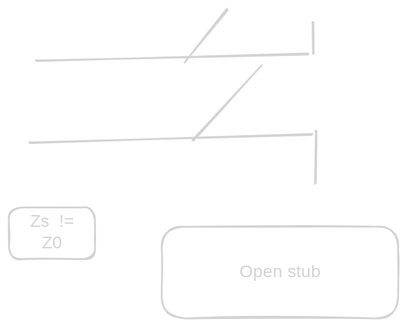
Above: rf and microwave.excalidraw.svg in waraunika/Note-7thsem (Excalidraw), before the change. Source tidied: one line per element, renumbered; positions are measured from the earlier drawing's top-left corner, leaving out a move shared by most shapes.
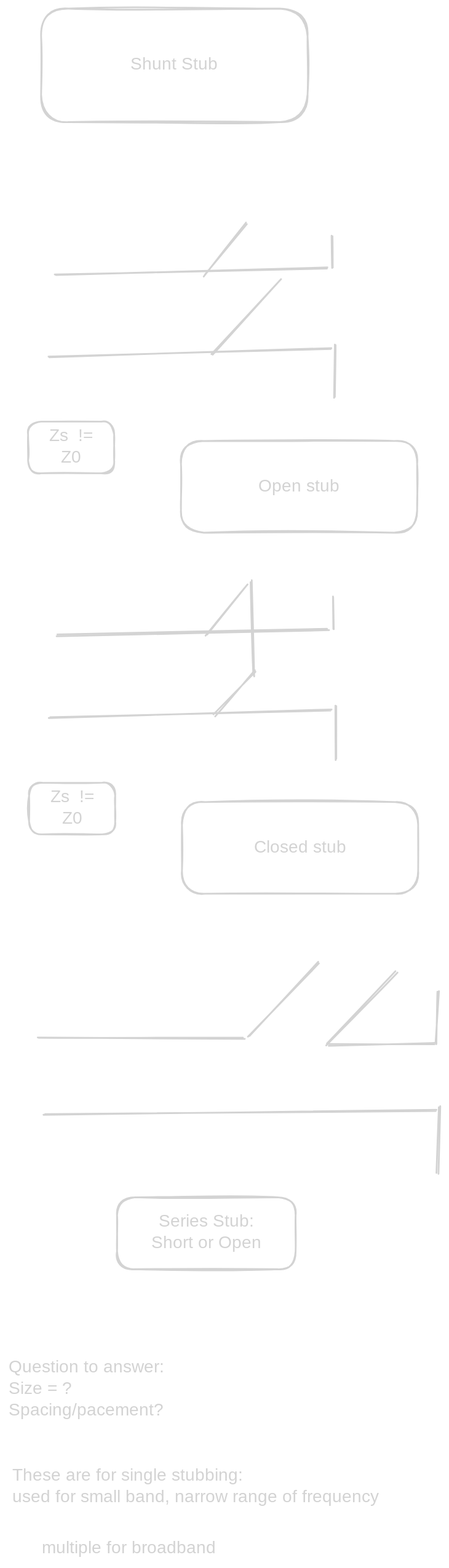
The same diagram one commit later.

The edit, as a diff of the source:
```diff
@@ -8,3 +8,28 @@
 {"id": 7, "type": "text", "text": "Zs  !=\nZ0", "strokeColor": "#1e1e1e", "strokeWidth": 2, "roughness": 1, "fontSize": 20, "fontFamily": 5, "textAlign": "center", "verticalAlign": "middle", "inside": 6, "x": 20, "y": 235, "width": 61, "height": 50}
 {"id": 8, "type": "rectangle", "strokeColor": "#1e1e1e", "strokeWidth": 2, "roughness": 1, "round": true, "x": 178, "y": 252, "width": 274, "height": 107}
 {"id": 9, "type": "text", "text": "Open stub", "strokeColor": "#1e1e1e", "strokeWidth": 2, "roughness": 1, "fontSize": 20, "fontFamily": 5, "textAlign": "center", "verticalAlign": "middle", "inside": 8, "x": 265, "y": 293, "width": 99, "height": 25}
+{"id": 10, "type": "line", "strokeColor": "#1e1e1e", "strokeWidth": 2, "roughness": 1, "round": true, "x": 33, "y": 478, "width": 315, "height": 8, "points": [[0, 0], [315, -8]]}
+{"id": 11, "type": "line", "strokeColor": "#1e1e1e", "strokeWidth": 2, "roughness": 1, "round": true, "x": 25, "y": 574, "width": 328, "height": 9, "points": [[0, 0], [328, -9]]}
+{"id": 12, "type": "line", "strokeColor": "#1e1e1e", "strokeWidth": 2, "roughness": 1, "round": true, "x": 207, "y": 479, "width": 49, "height": 59, "points": [[0, 0], [49, -59]]}
+{"id": 13, "type": "line", "strokeColor": "#1e1e1e", "strokeWidth": 2, "roughness": 1, "round": true, "x": 216, "y": 570, "width": 48, "height": 51, "points": [[0, 0], [48, -51]]}
+{"id": 14, "type": "line", "strokeColor": "#1e1e1e", "strokeWidth": 2, "roughness": 1, "round": true, "x": 355, "y": 470, "width": 1, "height": 37, "points": [[0, 0], [-1, -37]]}
+{"id": 15, "type": "line", "strokeColor": "#1e1e1e", "strokeWidth": 2, "roughness": 1, "round": true, "x": 357, "y": 559, "width": 0, "height": 62, "points": [[0, 0], [0, 62]]}
+{"id": 16, "type": "rectangle", "strokeColor": "#1e1e1e", "strokeWidth": 2, "roughness": 1, "round": true, "x": 1, "y": 649, "width": 100, "height": 60}
+{"id": 17, "type": "text", "text": "Zs  !=\nZ0", "strokeColor": "#1e1e1e", "strokeWidth": 2, "roughness": 1, "fontSize": 20, "fontFamily": 5, "textAlign": "center", "verticalAlign": "middle", "inside": 16, "x": 21, "y": 654, "width": 61, "height": 50}
+{"id": 18, "type": "rectangle", "strokeColor": "#1e1e1e", "strokeWidth": 2, "roughness": 1, "round": true, "x": 179, "y": 671, "width": 274, "height": 107}
+{"id": 19, "type": "text", "text": "Closed stub", "strokeColor": "#1e1e1e", "strokeWidth": 2, "roughness": 1, "fontSize": 20, "fontFamily": 5, "textAlign": "center", "verticalAlign": "middle", "inside": 18, "x": 258, "y": 712, "width": 115, "height": 25}
+{"id": 20, "type": "line", "strokeColor": "#1e1e1e", "strokeWidth": 2, "roughness": 1, "round": true, "x": 260, "y": 415, "width": 3, "height": 110, "points": [[0, 0], [3, 110]]}
+{"id": 21, "type": "rectangle", "strokeColor": "#1e1e1e", "strokeWidth": 2, "roughness": 1, "round": true, "x": 15, "y": -250, "width": 309, "height": 132}
+{"id": 22, "type": "text", "text": "Shunt Stub", "strokeColor": "#1e1e1e", "strokeWidth": 2, "roughness": 1, "fontSize": 20, "fontFamily": 5, "textAlign": "center", "verticalAlign": "middle", "inside": 21, "x": 115, "y": -196, "width": 110, "height": 25}
+{"id": 23, "type": "line", "strokeColor": "#1e1e1e", "strokeWidth": 2, "roughness": 1, "round": true, "x": 11, "y": 945, "width": 239, "height": 1, "points": [[0, 0], [239, 1]]}
+{"id": 24, "type": "line", "strokeColor": "#1e1e1e", "strokeWidth": 2, "roughness": 1, "round": true, "x": 18, "y": 1034, "width": 456, "height": 5, "points": [[0, 0], [456, -5]]}
+{"id": 25, "type": "line", "strokeColor": "#1e1e1e", "strokeWidth": 2, "roughness": 1, "round": true, "x": 256, "y": 943, "width": 81, "height": 85, "points": [[0, 0], [81, -85]]}
+{"id": 26, "type": "line", "strokeColor": "#1e1e1e", "strokeWidth": 2, "roughness": 1, "round": true, "x": 346, "y": 953, "width": 81, "height": 85, "points": [[0, 0], [81, -85]]}
+{"id": 27, "type": "line", "strokeColor": "#1e1e1e", "strokeWidth": 2, "roughness": 1, "round": true, "x": 349, "y": 953, "width": 124, "height": 1, "points": [[0, 0], [124, -1]]}
+{"id": 28, "type": "line", "strokeColor": "#1e1e1e", "strokeWidth": 2, "roughness": 1, "round": true, "x": 476, "y": 891, "width": 2, "height": 61, "points": [[0, 0], [-2, 61]]}
+{"id": 29, "type": "line", "strokeColor": "#1e1e1e", "strokeWidth": 2, "roughness": 1, "round": true, "x": 478, "y": 1026, "width": 3, "height": 77, "points": [[0, 0], [-3, 77]]}
+{"id": 30, "type": "rectangle", "strokeColor": "#1e1e1e", "strokeWidth": 2, "roughness": 1, "round": true, "x": 103, "y": 1130, "width": 207, "height": 84}
+{"id": 31, "type": "text", "text": "Series Stub:\nShort or Open", "strokeColor": "#1e1e1e", "strokeWidth": 2, "roughness": 1, "fontSize": 20, "fontFamily": 5, "textAlign": "center", "verticalAlign": "middle", "inside": 30, "x": 138, "y": 1147, "width": 139, "height": 50}
+{"id": 32, "type": "text", "text": "Question to answer:\nSize = ?\nSpacing/pacement?", "strokeColor": "#1e1e1e", "strokeWidth": 2, "roughness": 1, "fontSize": 20, "fontFamily": 5, "x": -22, "y": 1316, "width": 196, "height": 75}
+{"id": 33, "type": "text", "text": "These are for single stubbing:\nused for small band, narrow range of frequency", "strokeColor": "#1e1e1e", "strokeWidth": 2, "roughness": 1, "fontSize": 20, "fontFamily": 5, "x": -18, "y": 1442, "width": 456, "height": 50}
+{"id": 34, "type": "text", "text": "multiple for broadband", "strokeColor": "#1e1e1e", "strokeWidth": 2, "roughness": 1, "fontSize": 20, "fontFamily": 5, "x": 16, "y": 1526, "width": 217, "height": 25}
```
